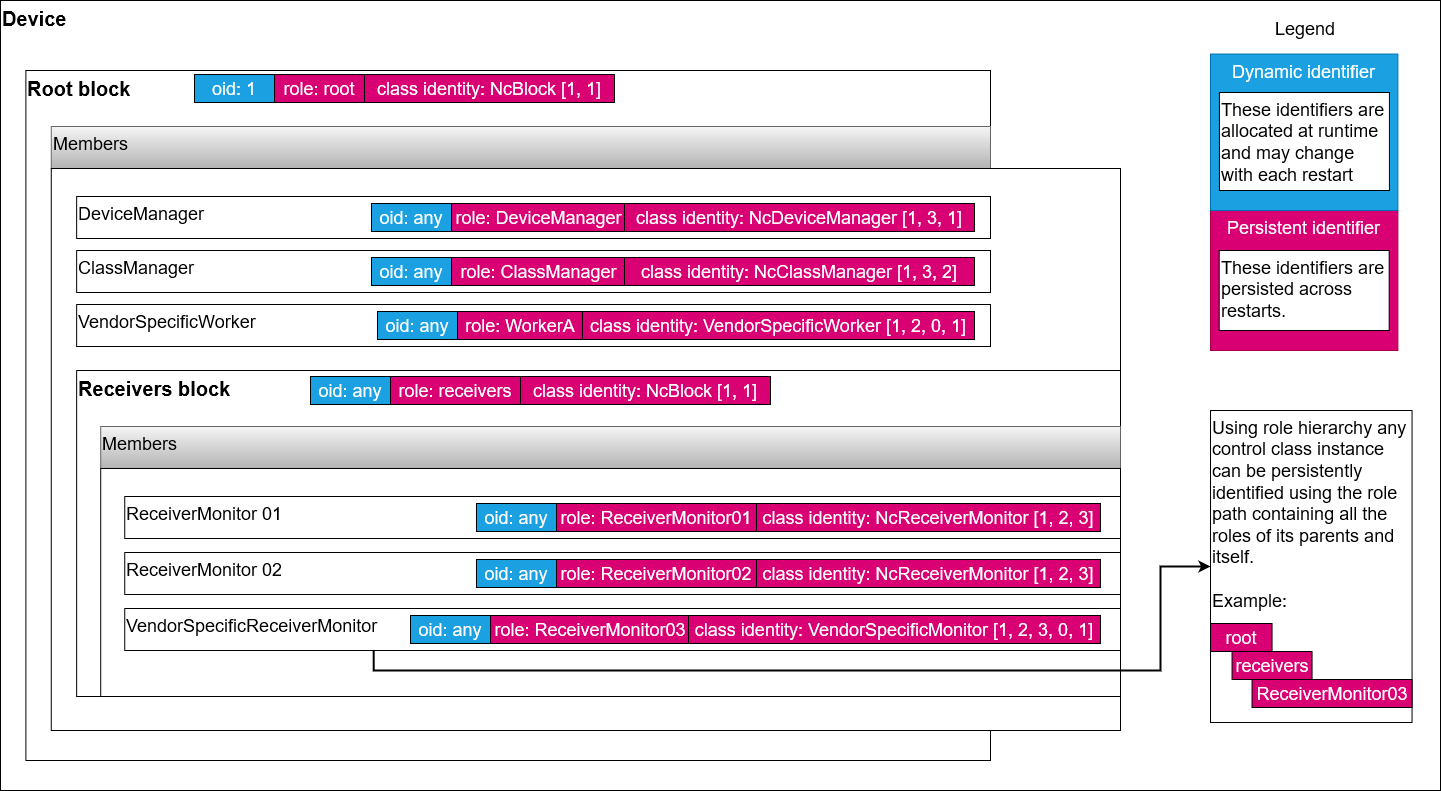
This is docs/images/identities.png from AMWA-TV/info-006, a draw.io export, as it was before one commit. Source tidied: cells renumbered, new cells last; positions are measured from the earlier drawing's top-left corner, leaving out a move shared by most shapes.
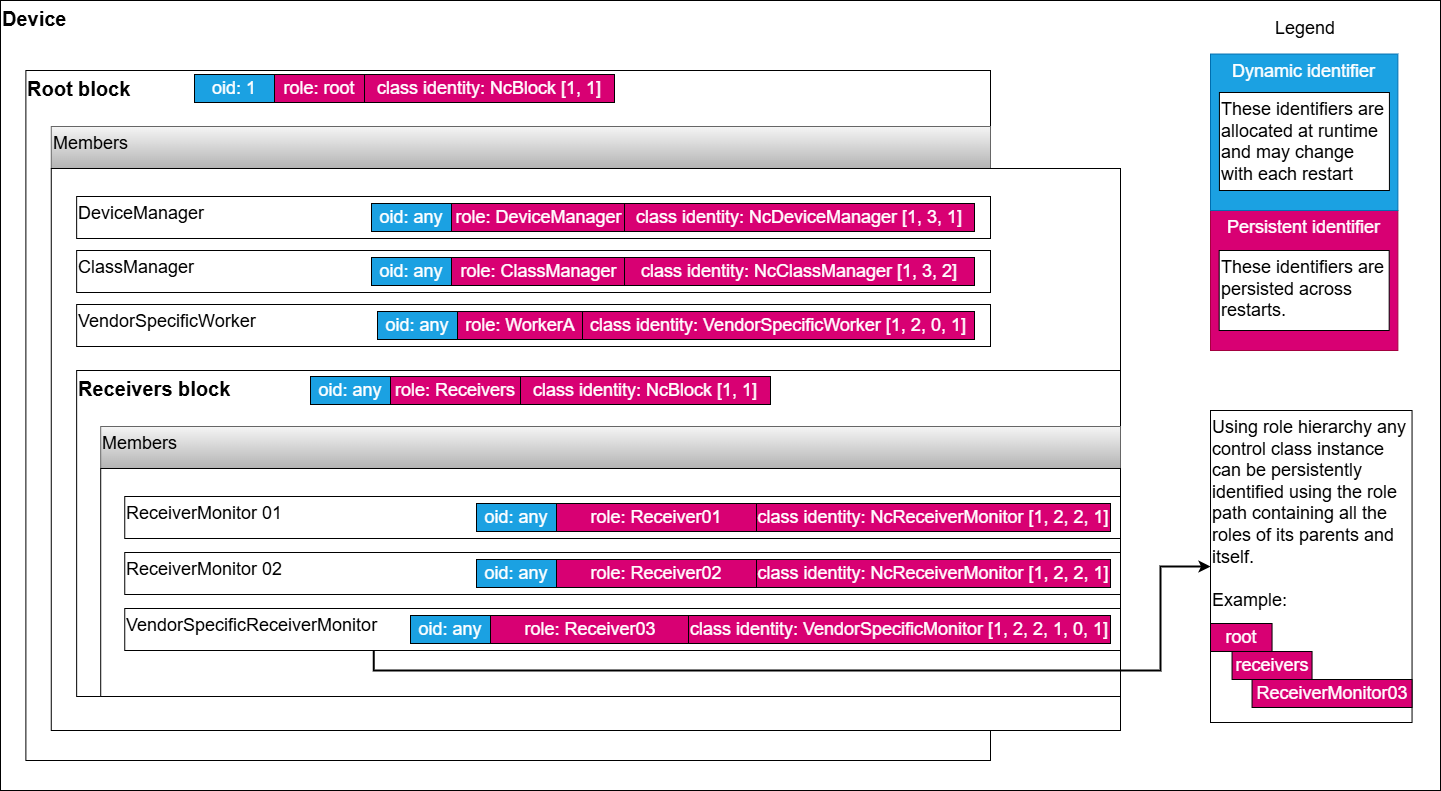
After the change.

The edit, as a diff of the source:
```diff
@@ -104,34 +104,34 @@
     <mxCell id="33" value="oid: any" style="rounded=0;whiteSpace=wrap;html=1;fontSize=18;strokeColor=default;fillColor=#1ba1e2;fontColor=#ffffff;" parent="1" vertex="1">
       <mxGeometry x="476" y="503" width="80" height="28" as="geometry" />
     </mxCell>
-    <mxCell id="34" value="role: ReceiverMonitor01" style="rounded=0;whiteSpace=wrap;html=1;fontSize=18;strokeColor=default;fillColor=#d80073;fontColor=#ffffff;" parent="1" vertex="1">
+    <mxCell id="34" value="role: Receiver01" style="rounded=0;whiteSpace=wrap;html=1;fontSize=18;strokeColor=default;fillColor=#d80073;fontColor=#ffffff;" parent="1" vertex="1">
       <mxGeometry x="556" y="503" width="200" height="28" as="geometry" />
     </mxCell>
-    <mxCell id="35" value="class identity: NcReceiverMonitor [1, 2, 3]" style="rounded=0;whiteSpace=wrap;html=1;fontSize=18;strokeColor=default;fillColor=#d80073;fontColor=#ffffff;" parent="1" vertex="1">
-      <mxGeometry x="756" y="503" width="344" height="28" as="geometry" />
+    <mxCell id="35" value="class identity: NcReceiverMonitor [1, 2, 2, 1]" style="rounded=0;whiteSpace=wrap;html=1;fontSize=18;strokeColor=default;fillColor=#d80073;fontColor=#ffffff;" parent="1" vertex="1">
+      <mxGeometry x="756" y="503" width="354" height="28" as="geometry" />
     </mxCell>
     <mxCell id="36" value="oid: any" style="rounded=0;whiteSpace=wrap;html=1;fontSize=18;strokeColor=default;fillColor=#1ba1e2;fontColor=#ffffff;" parent="1" vertex="1">
       <mxGeometry x="476" y="559" width="80" height="28" as="geometry" />
     </mxCell>
-    <mxCell id="37" value="role: ReceiverMonitor02" style="rounded=0;whiteSpace=wrap;html=1;fontSize=18;strokeColor=default;fillColor=#d80073;fontColor=#ffffff;" parent="1" vertex="1">
+    <mxCell id="37" value="role: Receiver02" style="rounded=0;whiteSpace=wrap;html=1;fontSize=18;strokeColor=default;fillColor=#d80073;fontColor=#ffffff;" parent="1" vertex="1">
       <mxGeometry x="556" y="559" width="200" height="28" as="geometry" />
     </mxCell>
-    <mxCell id="38" value="class identity: NcReceiverMonitor [1, 2, 3]" style="rounded=0;whiteSpace=wrap;html=1;fontSize=18;strokeColor=default;fillColor=#d80073;fontColor=#ffffff;" parent="1" vertex="1">
-      <mxGeometry x="756" y="559" width="344" height="28" as="geometry" />
+    <mxCell id="38" value="class identity: NcReceiverMonitor [1, 2, 2, 1]" style="rounded=0;whiteSpace=wrap;html=1;fontSize=18;strokeColor=default;fillColor=#d80073;fontColor=#ffffff;" parent="1" vertex="1">
+      <mxGeometry x="756" y="559" width="354" height="28" as="geometry" />
     </mxCell>
     <mxCell id="39" value="oid: any" style="rounded=0;whiteSpace=wrap;html=1;fontSize=18;strokeColor=default;fillColor=#1ba1e2;fontColor=#ffffff;" parent="1" vertex="1">
       <mxGeometry x="410" y="615" width="80" height="28" as="geometry" />
     </mxCell>
-    <mxCell id="40" value="role: ReceiverMonitor03" style="rounded=0;whiteSpace=wrap;html=1;fontSize=18;strokeColor=default;fillColor=#d80073;fontColor=#ffffff;" parent="1" vertex="1">
+    <mxCell id="40" value="role: Receiver03" style="rounded=0;whiteSpace=wrap;html=1;fontSize=18;strokeColor=default;fillColor=#d80073;fontColor=#ffffff;" parent="1" vertex="1">
       <mxGeometry x="490" y="615" width="200" height="28" as="geometry" />
     </mxCell>
-    <mxCell id="41" value="class identity: VendorSpecificMonitor [1, 2, 3, 0, 1]" style="rounded=0;whiteSpace=wrap;html=1;fontSize=18;strokeColor=default;fillColor=#d80073;fontColor=#ffffff;" parent="1" vertex="1">
-      <mxGeometry x="688" y="615" width="412" height="28" as="geometry" />
+    <mxCell id="41" value="class identity: VendorSpecificMonitor [1, 2, 2, 1, 0, 1]" style="rounded=0;whiteSpace=wrap;html=1;fontSize=18;strokeColor=default;fillColor=#d80073;fontColor=#ffffff;" parent="1" vertex="1">
+      <mxGeometry x="688" y="615" width="422" height="28" as="geometry" />
     </mxCell>
     <mxCell id="42" value="oid: any" style="rounded=0;whiteSpace=wrap;html=1;fontSize=18;strokeColor=default;fillColor=#1ba1e2;fontColor=#ffffff;" parent="1" vertex="1">
       <mxGeometry x="310" y="376" width="80" height="28" as="geometry" />
     </mxCell>
-    <mxCell id="43" value="role: receivers" style="rounded=0;whiteSpace=wrap;html=1;fontSize=18;strokeColor=default;fillColor=#d80073;fontColor=#ffffff;" parent="1" vertex="1">
+    <mxCell id="43" value="role: Receivers" style="rounded=0;whiteSpace=wrap;html=1;fontSize=18;strokeColor=default;fillColor=#d80073;fontColor=#ffffff;" parent="1" vertex="1">
       <mxGeometry x="390" y="376" width="130" height="28" as="geometry" />
     </mxCell>
     <mxCell id="44" value="class identity: NcBlock [1, 1]" style="rounded=0;whiteSpace=wrap;html=1;fontSize=18;strokeColor=default;fillColor=#d80073;fontColor=#ffffff;" parent="1" vertex="1">
```
